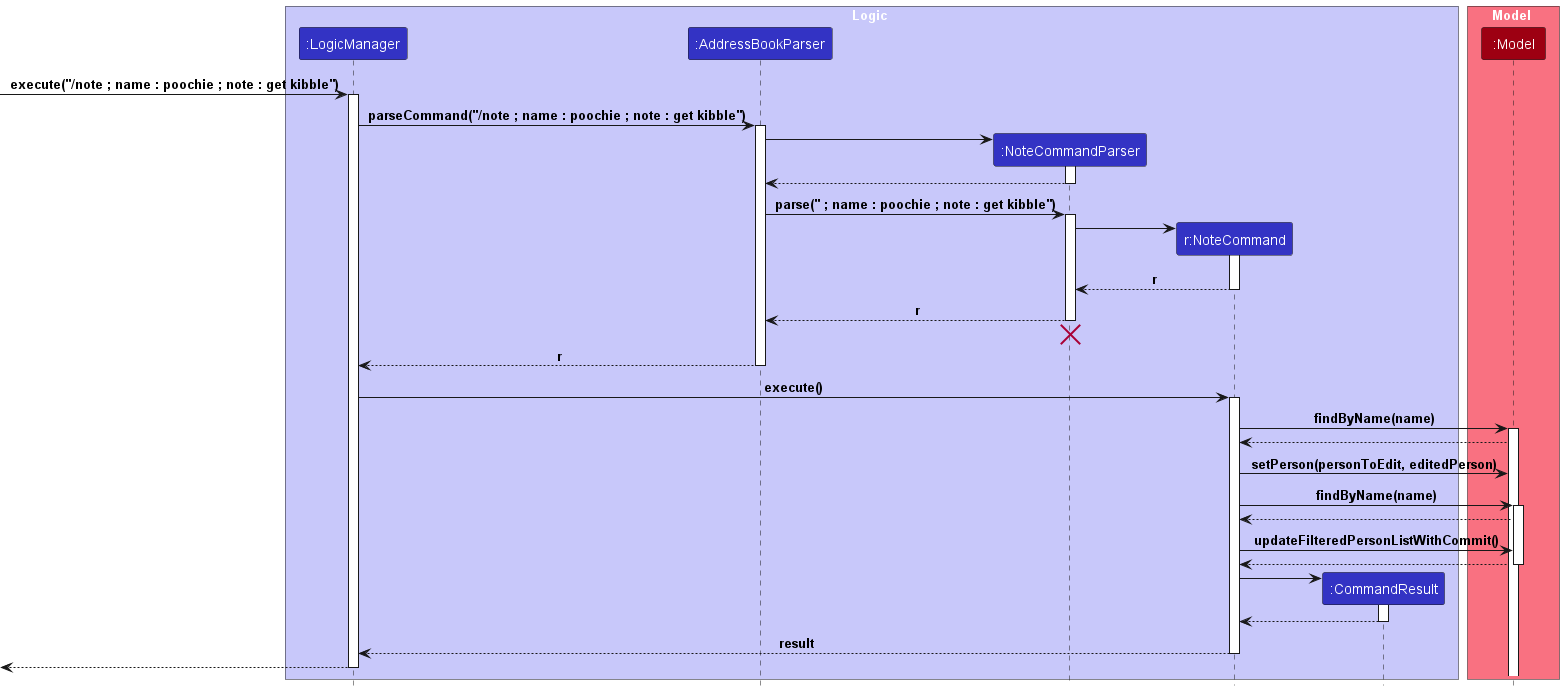
yleeyilin/tp keeps this PlantUML diagram as docs/images/NoteCommandSequenceDiagram.png. Above is the earlier version.
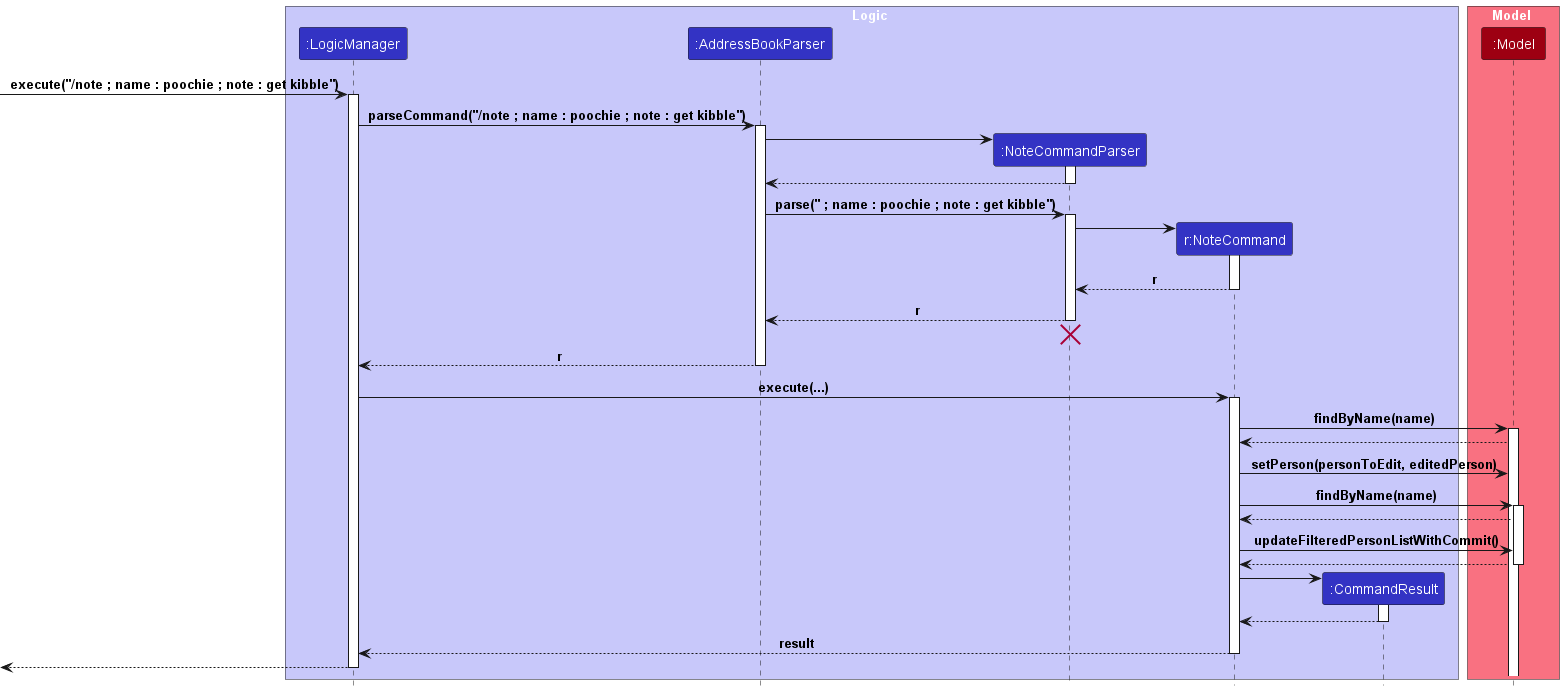
The same diagram one commit later.

Diff of the diagram source:
```diff
@@ -44,7 +44,7 @@
 AddressBookParser --> LogicManager : r
 deactivate AddressBookParser
 
-LogicManager -> NoteCommand : execute()
+LogicManager -> NoteCommand : execute(...)
 activate NoteCommand
 
 NoteCommand -> Model : findByName(name)
```
